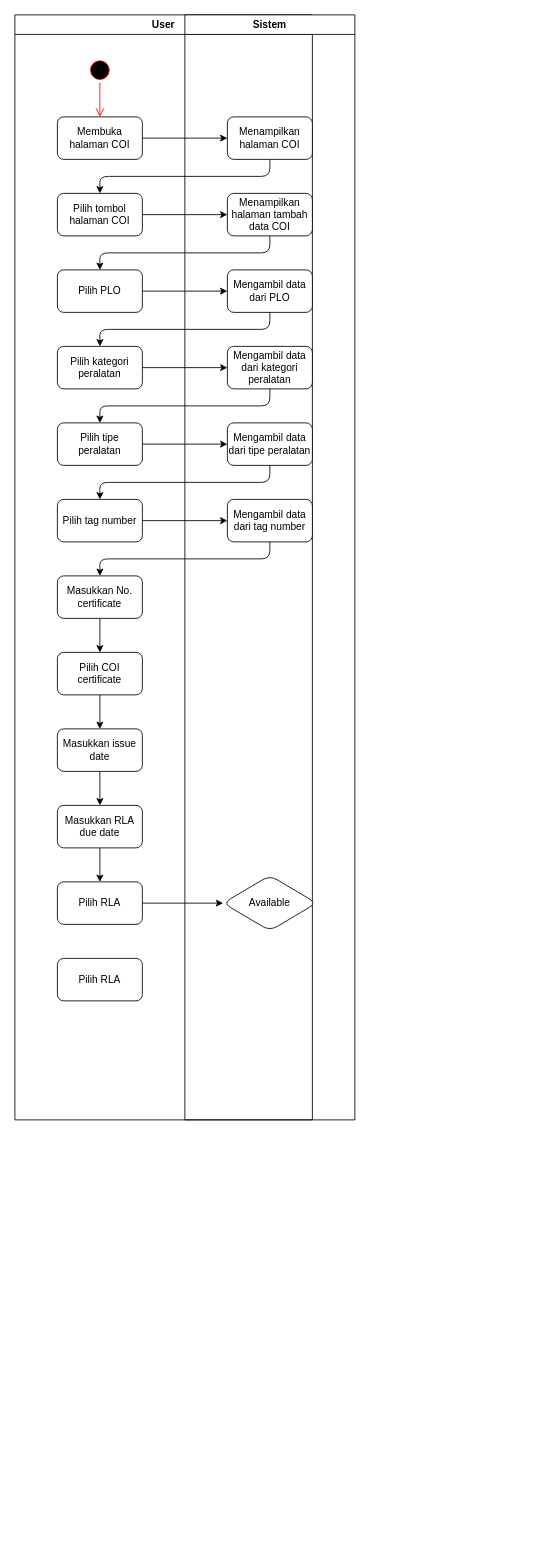
The draw.io diagram DOKUMENTASI IDMS/COI/tambahCOI.drawio in rismanrhz/idms, before the edit. Source tidied: cells renumbered, new cells numbered last; positions are measured from the earlier drawing's top-left corner, leaving out a move shared by most shapes. Both pictures are drawn from the tidied source at 85%, with x=0, y=0 at pixel (14, 14).
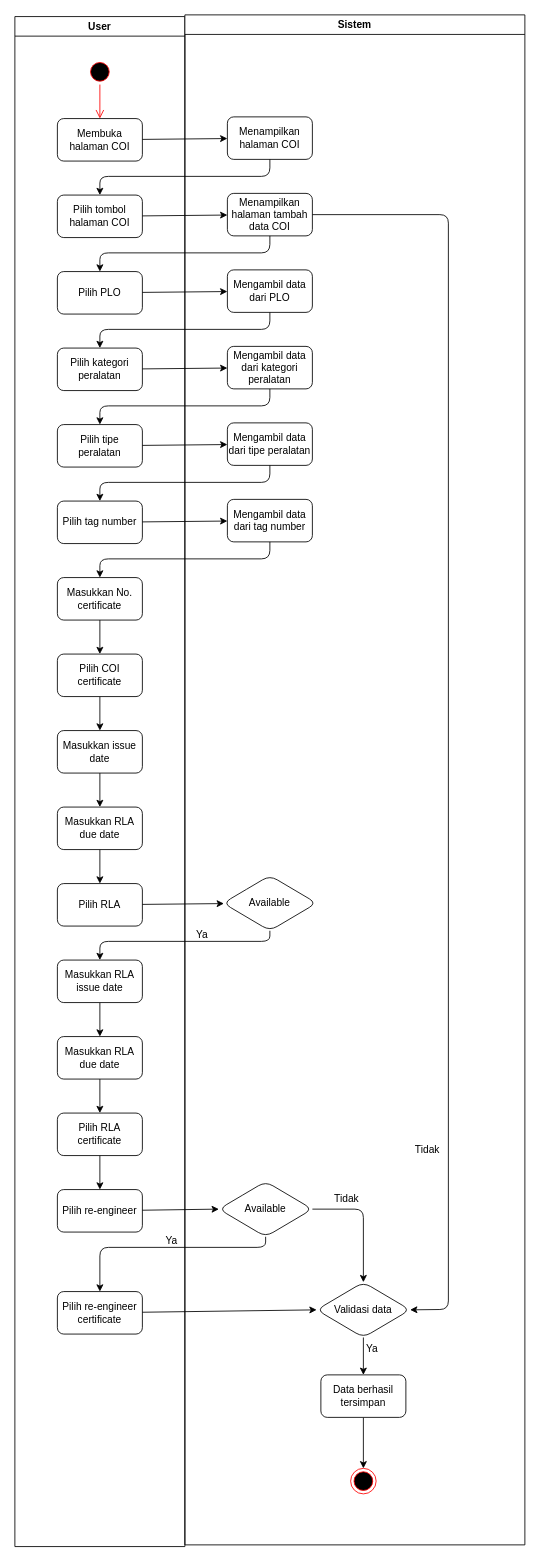
Above is the later version.

The change refers to these unchanged cells:
```xml
<mxCell id="23" value="Menampilkan halaman tambah data COI" style="rounded=1;whiteSpace=wrap;html=1;" parent="21" vertex="1">
  <mxGeometry x="50" y="210" width="100" height="50" as="geometry" />
</mxCell>
<mxCell id="28" value="Available" style="rhombus;whiteSpace=wrap;html=1;rounded=1;" parent="21" vertex="1">
  <mxGeometry x="45" y="1012.5" width="110" height="65" as="geometry" />
</mxCell>
```

What changed in the source:
```diff
@@
     <mxCell id="2" value="User" style="swimlane;" parent="1" vertex="1">
-      <mxGeometry width="350" height="1300" as="geometry" />
+      <mxGeometry y="2" width="200" height="1800" as="geometry" />
     </mxCell>
@@
+    <mxCell id="42" style="edgeStyle=none;html=1;" parent="2" edge="1" source="20" target="44">
+      <mxGeometry relative="1" as="geometry" />
+    </mxCell>
-    <mxCell id="20" value="Pilih RLA" style="rounded=1;whiteSpace=wrap;html=1;" parent="2" vertex="1">
+    <mxCell id="20" value="Masukkan RLA issue date" style="rounded=1;whiteSpace=wrap;html=1;" parent="2" vertex="1">
       <mxGeometry x="50" y="1110" width="100" height="50" as="geometry" />
     </mxCell>
+    <mxCell id="43" style="edgeStyle=none;html=1;" parent="2" edge="1" source="44" target="46">
+      <mxGeometry relative="1" as="geometry" />
+    </mxCell>
+    <mxCell id="44" value="Masukkan RLA due date" style="rounded=1;whiteSpace=wrap;html=1;" parent="2" vertex="1">
+      <mxGeometry x="50" y="1200" width="100" height="50" as="geometry" />
+    </mxCell>
+    <mxCell id="45" style="edgeStyle=none;html=1;" parent="2" edge="1" source="46" target="47">
+      <mxGeometry relative="1" as="geometry" />
+    </mxCell>
+    <mxCell id="46" value="Pilih RLA certificate" style="rounded=1;whiteSpace=wrap;html=1;" parent="2" vertex="1">
+      <mxGeometry x="50" y="1290" width="100" height="50" as="geometry" />
+    </mxCell>
+    <mxCell id="47" value="Pilih re-engineer" style="rounded=1;whiteSpace=wrap;html=1;" parent="2" vertex="1">
+      <mxGeometry x="50" y="1380" width="100" height="50" as="geometry" />
+    </mxCell>
+    <mxCell id="48" value="Pilih re-engineer certificate" style="rounded=1;whiteSpace=wrap;html=1;" parent="2" vertex="1">
+      <mxGeometry x="50" y="1500" width="100" height="50" as="geometry" />
+    </mxCell>
     <mxCell id="21" value="Sistem" style="swimlane;" parent="1" vertex="1">
-      <mxGeometry x="200" width="200" height="1300" as="geometry" />
+      <mxGeometry x="200" width="400" height="1800" as="geometry" />
     </mxCell>
@@
+    <mxCell id="49" style="edgeStyle=none;html=1;entryX=1;entryY=0.5;entryDx=0;entryDy=0;exitX=1;exitY=0.5;exitDx=0;exitDy=0;" parent="21" edge="1" source="23" target="51">
+      <mxGeometry relative="1" as="geometry">
+        <Array as="points">
+          <mxPoint x="310" y="235" />
+          <mxPoint x="310" y="1523" />
+        </Array>
+      </mxGeometry>
+    </mxCell>
@@
+    <mxCell id="50" style="edgeStyle=none;html=1;" parent="21" edge="1" source="51" target="58">
+      <mxGeometry relative="1" as="geometry" />
+    </mxCell>
+    <mxCell id="51" value="Validasi data" style="rhombus;whiteSpace=wrap;html=1;rounded=1;" parent="21" vertex="1">
+      <mxGeometry x="155" y="1491" width="110" height="65" as="geometry" />
+    </mxCell>
+    <mxCell id="52" value="Ya" style="text;html=1;align=center;verticalAlign=middle;strokeColor=none;fillColor=none;" parent="21" vertex="1">
+      <mxGeometry y="1068" width="40" height="30" as="geometry" />
+    </mxCell>
+    <mxCell id="53" value="Tidak" style="text;html=1;align=center;verticalAlign=middle;strokeColor=none;fillColor=none;" parent="21" vertex="1">
+      <mxGeometry x="260" y="1320" width="50" height="30" as="geometry" />
+    </mxCell>
+    <mxCell id="54" style="edgeStyle=none;html=1;entryX=0.5;entryY=0;entryDx=0;entryDy=0;exitX=1;exitY=0.5;exitDx=0;exitDy=0;" parent="21" edge="1" source="55" target="51">
+      <mxGeometry relative="1" as="geometry">
+        <Array as="points">
+          <mxPoint x="210" y="1405" />
+        </Array>
+      </mxGeometry>
+    </mxCell>
+    <mxCell id="55" value="Available" style="rhombus;whiteSpace=wrap;html=1;rounded=1;" parent="21" vertex="1">
+      <mxGeometry x="40" y="1372.5" width="110" height="65" as="geometry" />
+    </mxCell>
+    <mxCell id="56" style="ellipse;html=1;shape=endState;fillColor=#000000;strokeColor=#ff0000;" parent="21" vertex="1">
+      <mxGeometry x="195" y="1710" width="30" height="30" as="geometry" />
+    </mxCell>
+    <mxCell id="57" style="edgeStyle=none;html=1;" parent="21" edge="1" source="58" target="56">
+      <mxGeometry relative="1" as="geometry" />
+    </mxCell>
+    <mxCell id="58" value="Data berhasil tersimpan" style="rounded=1;whiteSpace=wrap;html=1;" parent="21" vertex="1">
+      <mxGeometry x="160" y="1600" width="100" height="50" as="geometry" />
+    </mxCell>
+    <mxCell id="59" value="Ya" style="text;html=1;align=center;verticalAlign=middle;strokeColor=none;fillColor=none;" parent="21" vertex="1">
+      <mxGeometry x="200" y="1555" width="40" height="30" as="geometry" />
+    </mxCell>
@@
+    <mxCell id="60" style="edgeStyle=none;html=1;entryX=0.5;entryY=0;entryDx=0;entryDy=0;" parent="1" edge="1" source="28" target="20">
+      <mxGeometry relative="1" as="geometry">
+        <Array as="points">
+          <mxPoint x="300" y="1090" />
+          <mxPoint x="100" y="1090" />
+        </Array>
+      </mxGeometry>
+    </mxCell>
+    <mxCell id="61" style="edgeStyle=none;html=1;entryX=0;entryY=0.5;entryDx=0;entryDy=0;" parent="1" edge="1" source="47" target="55">
+      <mxGeometry relative="1" as="geometry" />
+    </mxCell>
+    <mxCell id="62" style="edgeStyle=none;html=1;entryX=0.5;entryY=0;entryDx=0;entryDy=0;exitX=0.5;exitY=1;exitDx=0;exitDy=0;" parent="1" edge="1" source="55" target="48">
+      <mxGeometry relative="1" as="geometry">
+        <Array as="points">
+          <mxPoint x="295" y="1450" />
+          <mxPoint x="100" y="1450" />
+        </Array>
+      </mxGeometry>
+    </mxCell>
+    <mxCell id="63" value="Tidak" style="text;html=1;align=center;verticalAlign=middle;strokeColor=none;fillColor=none;" parent="1" vertex="1">
+      <mxGeometry x="365" y="1378" width="50" height="30" as="geometry" />
+    </mxCell>
+    <mxCell id="64" value="Ya" style="text;html=1;align=center;verticalAlign=middle;strokeColor=none;fillColor=none;" parent="1" vertex="1">
+      <mxGeometry x="164" y="1427" width="40" height="30" as="geometry" />
+    </mxCell>
+    <mxCell id="65" style="edgeStyle=none;html=1;entryX=0;entryY=0.5;entryDx=0;entryDy=0;" parent="1" edge="1" source="48" target="51">
+      <mxGeometry relative="1" as="geometry" />
+    </mxCell>
```
